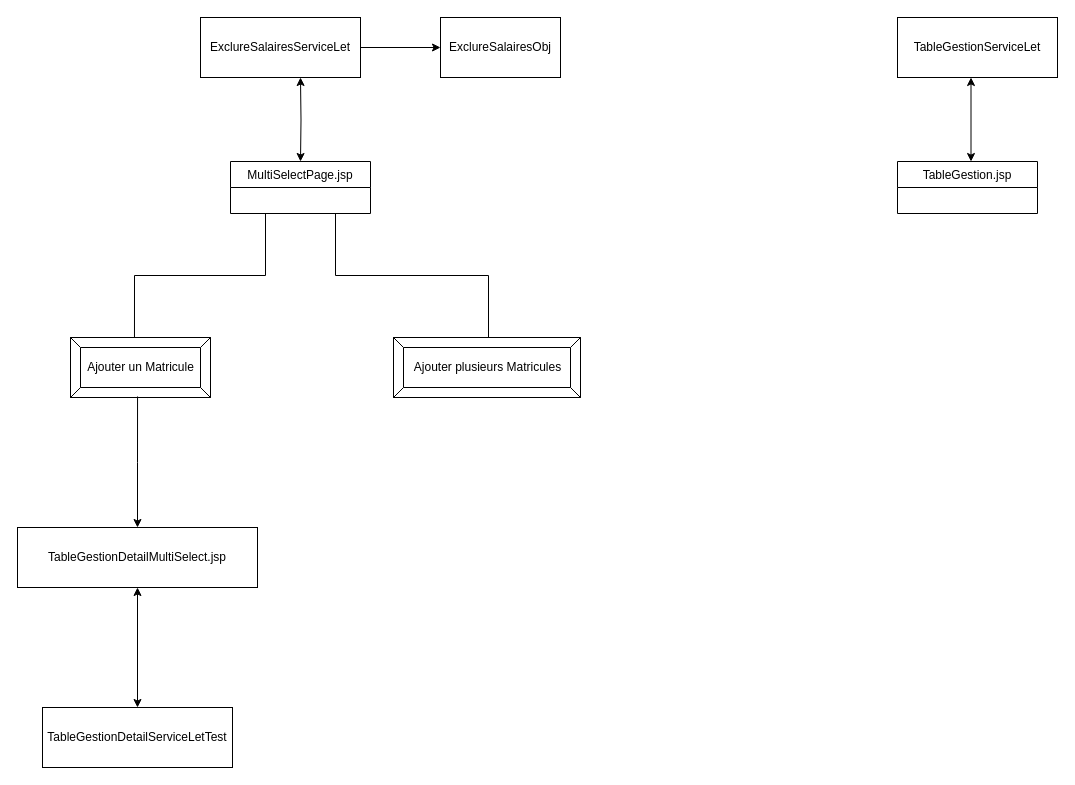
This is Untitled Diagram.drawio from edoreld/bulletin, a draw.io file, before an edit. Source tidied: cells renumbered, new cells numbered last; positions are measured from the earlier drawing's top-left corner, leaving out a move shared by most shapes. Both pictures are drawn from the tidied source at 100%, with x=0, y=0 at pixel (17, 17).
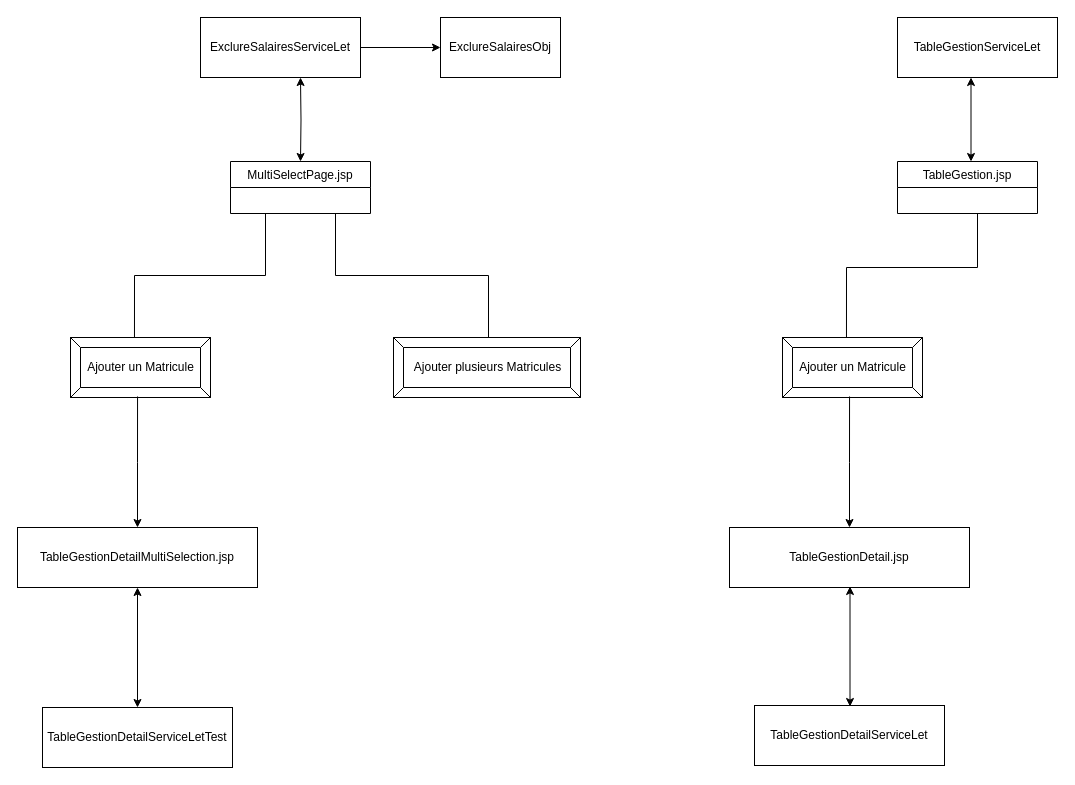
After the change.

Diff of the diagram source:
```diff
@@
-    <mxCell id="9" value="TableGestionDetailMultiSelect.jsp&lt;br&gt;" style="rounded=0;whiteSpace=wrap;html=1;" parent="1" vertex="1">
+    <mxCell id="9" value="TableGestionDetailMultiSelection.jsp&lt;br&gt;" style="rounded=0;whiteSpace=wrap;html=1;" parent="1" vertex="1">
       <mxGeometry y="510" width="240" height="60" as="geometry" />
     </mxCell>
@@
+    <mxCell id="18" style="edgeStyle=orthogonalEdgeStyle;rounded=0;jettySize=auto;html=1;exitX=0.25;exitY=1;exitDx=0;exitDy=0;entryX=0.457;entryY=0.133;entryDx=0;entryDy=0;entryPerimeter=0;" parent="1" edge="1" target="19">
+      <mxGeometry relative="1" as="geometry">
+        <mxPoint x="960" y="196" as="sourcePoint" />
+        <Array as="points">
+          <mxPoint x="960" y="250" />
+          <mxPoint x="829" y="250" />
+        </Array>
+      </mxGeometry>
+    </mxCell>
+    <mxCell id="19" value="Ajouter un Matricule" style="labelPosition=center;verticalLabelPosition=middle;align=center;html=1;shape=mxgraph.basic.button;dx=10;" parent="1" vertex="1">
+      <mxGeometry x="765" y="320" width="140" height="60" as="geometry" />
+    </mxCell>
+    <mxCell id="20" style="edgeStyle=orthogonalEdgeStyle;rounded=0;jettySize=auto;html=1;exitX=0.5;exitY=0;exitDx=0;exitDy=0;entryX=0.479;entryY=0.983;entryDx=0;entryDy=0;entryPerimeter=0;endArrow=none;endFill=0;startArrow=classic;startFill=1;" parent="1" edge="1" source="21" target="19">
+      <mxGeometry relative="1" as="geometry" />
+    </mxCell>
+    <mxCell id="21" value="TableGestionDetail.jsp&lt;br&gt;" style="rounded=0;whiteSpace=wrap;html=1;" parent="1" vertex="1">
+      <mxGeometry x="712" y="510" width="240" height="60" as="geometry" />
+    </mxCell>
+    <mxCell id="22" value="TableGestionDetailServiceLet" style="rounded=0;whiteSpace=wrap;html=1;" parent="1" vertex="1">
+      <mxGeometry x="737" y="688" width="190" height="60" as="geometry" />
+    </mxCell>
+    <mxCell id="23" style="edgeStyle=orthogonalEdgeStyle;rounded=0;orthogonalLoop=1;jettySize=auto;html=1;exitX=0.5;exitY=1;exitDx=0;exitDy=0;entryX=0.5;entryY=0;entryDx=0;entryDy=0;startArrow=classic;startFill=1;endArrow=classic;endFill=1;" parent="1" edge="1">
+      <mxGeometry relative="1" as="geometry">
+        <mxPoint x="832.5" y="569" as="sourcePoint" />
+        <mxPoint x="832.5" y="689" as="targetPoint" />
+      </mxGeometry>
+    </mxCell>
```
